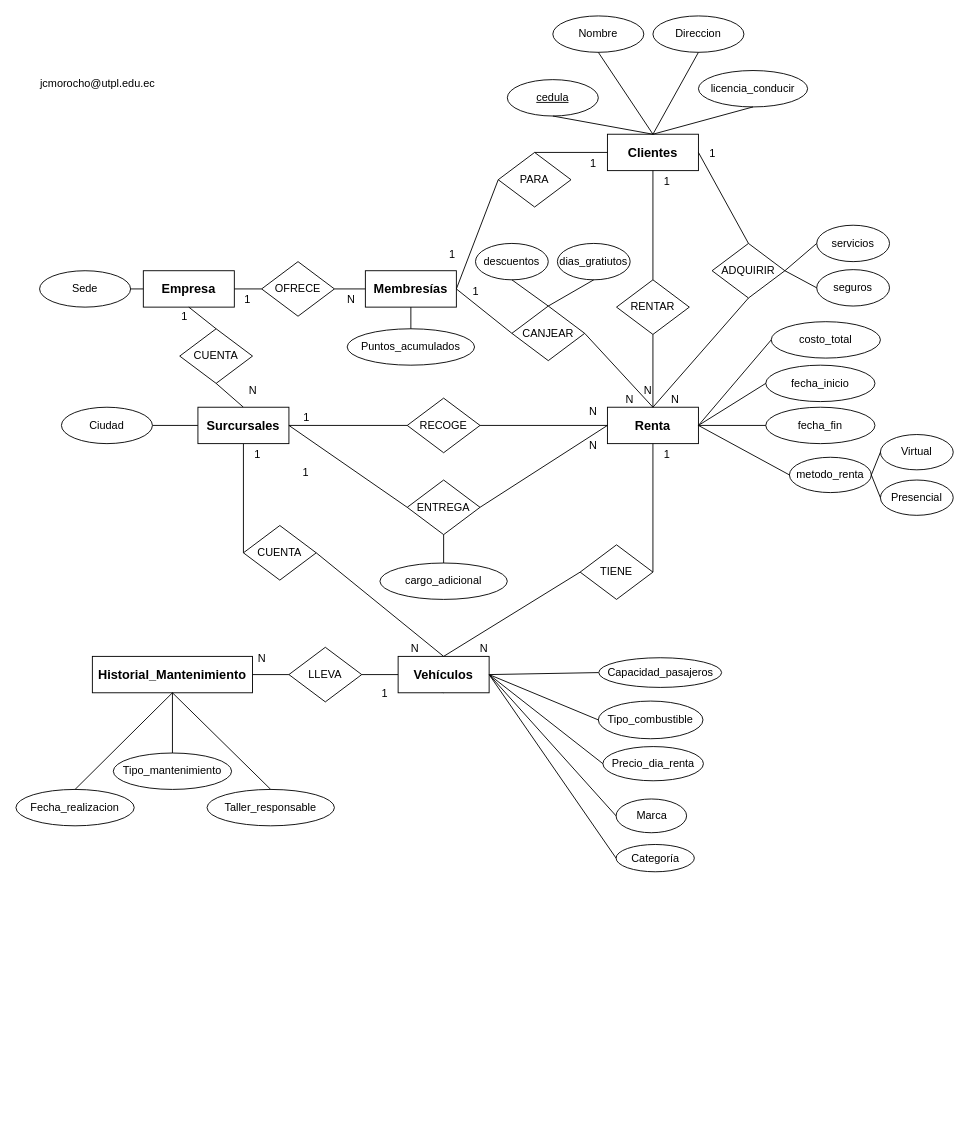
Above: manicho.drawio in ByronCOR/ESTRUDATOS (draw.io), before the change. Source tidied: cells renumbered, new cells numbered last; positions are measured from the earlier drawing's top-left corner, leaving out a move shared by most shapes. Both pictures are drawn from the tidied source at 91%, with x=0, y=0 at pixel (15, 15).
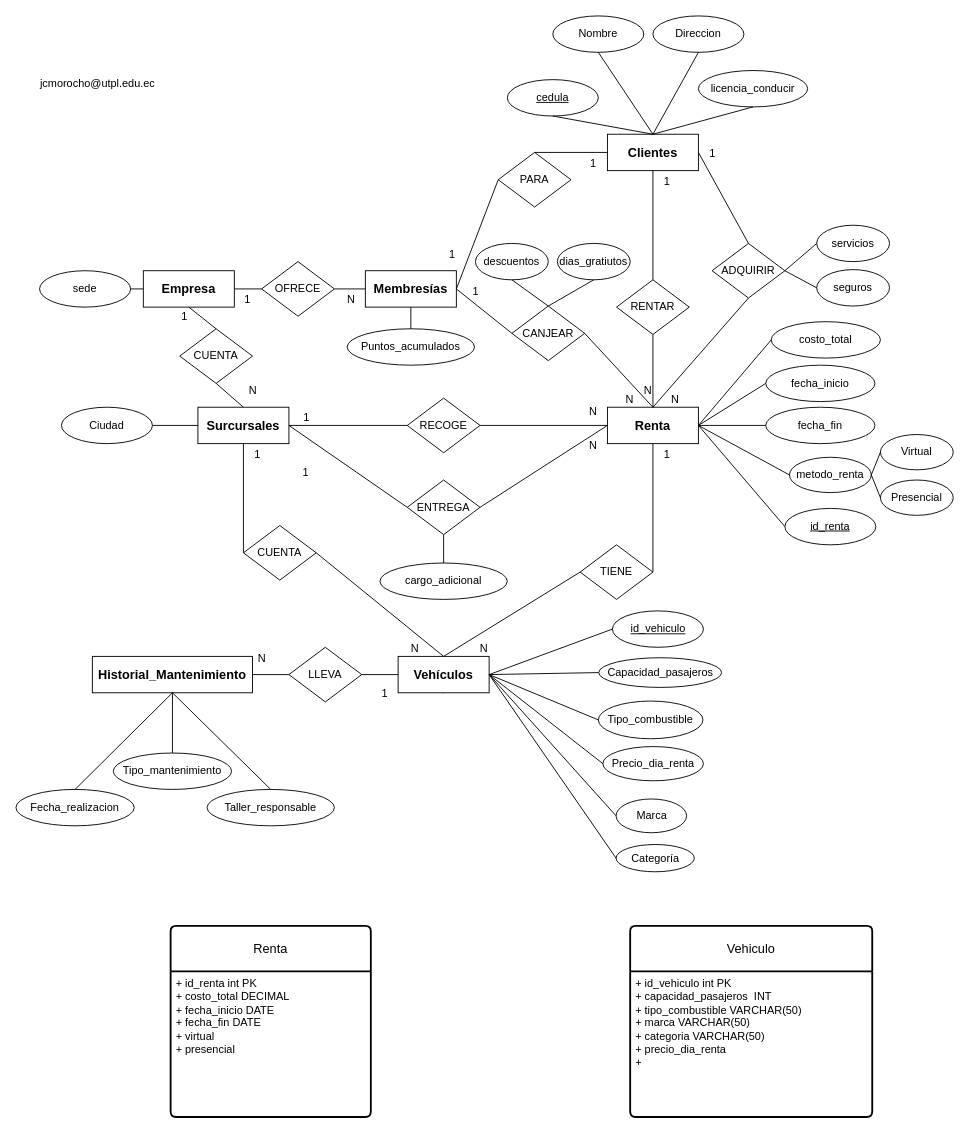
After the change.

Unchanged cells that the change refers to:
```xml
<mxCell id="28" value="&lt;span style=&quot;font-size: 14px;&quot;&gt;&lt;b&gt;Renta&lt;/b&gt;&lt;/span&gt;" style="whiteSpace=wrap;html=1;align=center;" parent="1" vertex="1">
  <mxGeometry x="650" y="430" width="100" height="40" as="geometry" />
</mxCell>
<mxCell id="111" value="&lt;span style=&quot;font-size: 14px;&quot;&gt;&lt;b&gt;&amp;nbsp;Vehículos&amp;nbsp;&lt;/b&gt;&lt;/span&gt;" style="whiteSpace=wrap;html=1;align=center;" parent="1" vertex="1">
  <mxGeometry x="420" y="703.8" width="100" height="40" as="geometry" />
</mxCell>
```

The edit, as a diff of the source:
```diff
@@
-    <mxCell id="68" value="&lt;div style=&quot;text-align: left;&quot;&gt;Sede&lt;/div&gt;" style="ellipse;whiteSpace=wrap;html=1;align=center;" parent="1" vertex="1">
+    <mxCell id="68" value="&lt;div style=&quot;text-align: left;&quot;&gt;sede&lt;/div&gt;" style="ellipse;whiteSpace=wrap;html=1;align=center;" parent="1" vertex="1">
       <mxGeometry x="26" y="280" width="100" height="40" as="geometry" />
     </mxCell>
@@
+    <mxCell id="118" value="Renta" style="swimlane;horizontal=1;startSize=50;rounded=1;fontSize=14;fontStyle=0;strokeWidth=2;shadow=0;dashed=0;align=center;arcSize=4;whiteSpace=wrap;html=1;" parent="1" vertex="1">
+      <mxGeometry x="170" y="1000" width="220" height="210" as="geometry" />
+    </mxCell>
+    <mxCell id="119" value="+ id_renta int PK&lt;div&gt;+ costo_total DECIMAL&lt;div&gt;+ fecha_inicio DATE&lt;/div&gt;&lt;div&gt;+ fecha_fin DATE&lt;/div&gt;&lt;div&gt;+ virtual&lt;/div&gt;&lt;div&gt;+ presencial&lt;/div&gt;&lt;/div&gt;" style="align=left;strokeColor=none;fillColor=none;spacingLeft=4;spacingRight=4;fontSize=12;verticalAlign=top;html=1;whiteSpace=wrap;" parent="118" vertex="1">
+      <mxGeometry y="50" width="220" height="160" as="geometry" />
+    </mxCell>
+    <mxCell id="120" value="id_renta" style="ellipse;whiteSpace=wrap;html=1;align=center;fontStyle=4;" parent="1" vertex="1">
+      <mxGeometry x="845" y="541.2" width="100" height="40" as="geometry" />
+    </mxCell>
+    <mxCell id="121" style="endArrow=none;html=1;rounded=0;exitX=0;exitY=0.5;exitDx=0;exitDy=0;entryX=1;entryY=0.5;entryDx=0;entryDy=0;" parent="1" edge="1" source="120" target="28">
+      <mxGeometry relative="1" as="geometry" />
+    </mxCell>
+    <mxCell id="122" value="id_vehiculo" style="ellipse;whiteSpace=wrap;html=1;align=center;fontStyle=4;" parent="1" vertex="1">
+      <mxGeometry x="655.5" y="653.8" width="100" height="40" as="geometry" />
+    </mxCell>
+    <mxCell id="123" style="endArrow=none;html=1;rounded=0;exitX=0;exitY=0.5;exitDx=0;exitDy=0;entryX=1;entryY=0.5;entryDx=0;entryDy=0;" parent="1" edge="1" source="122" target="111">
+      <mxGeometry relative="1" as="geometry" />
+    </mxCell>
+    <mxCell id="124" value="Vehiculo" style="swimlane;horizontal=1;startSize=50;rounded=1;fontSize=14;fontStyle=0;strokeWidth=2;shadow=0;dashed=0;align=center;arcSize=4;whiteSpace=wrap;html=1;" parent="1" vertex="1">
+      <mxGeometry x="675" y="1000" width="266" height="210" as="geometry" />
+    </mxCell>
+    <mxCell id="125" value="+ id_vehiculo int PK&lt;div&gt;+ capacidad_pasajeros&amp;nbsp; INT&lt;div&gt;+ tipo_combustible VARCHAR(50)&lt;/div&gt;&lt;div&gt;+ marca VARCHAR(50)&lt;/div&gt;&lt;div&gt;+ categoria&amp;nbsp;&lt;span style=&quot;background-color: transparent; color: light-dark(rgb(0, 0, 0), rgb(255, 255, 255));&quot;&gt;VARCHAR(50)&lt;/span&gt;&lt;/div&gt;&lt;div&gt;+ precio_dia_renta&lt;/div&gt;&lt;div&gt;+&amp;nbsp;&lt;/div&gt;&lt;/div&gt;" style="align=left;strokeColor=none;fillColor=none;spacingLeft=4;spacingRight=4;fontSize=12;verticalAlign=top;html=1;whiteSpace=wrap;" parent="124" vertex="1">
+      <mxGeometry y="50" width="266" height="160" as="geometry" />
+    </mxCell>
```
